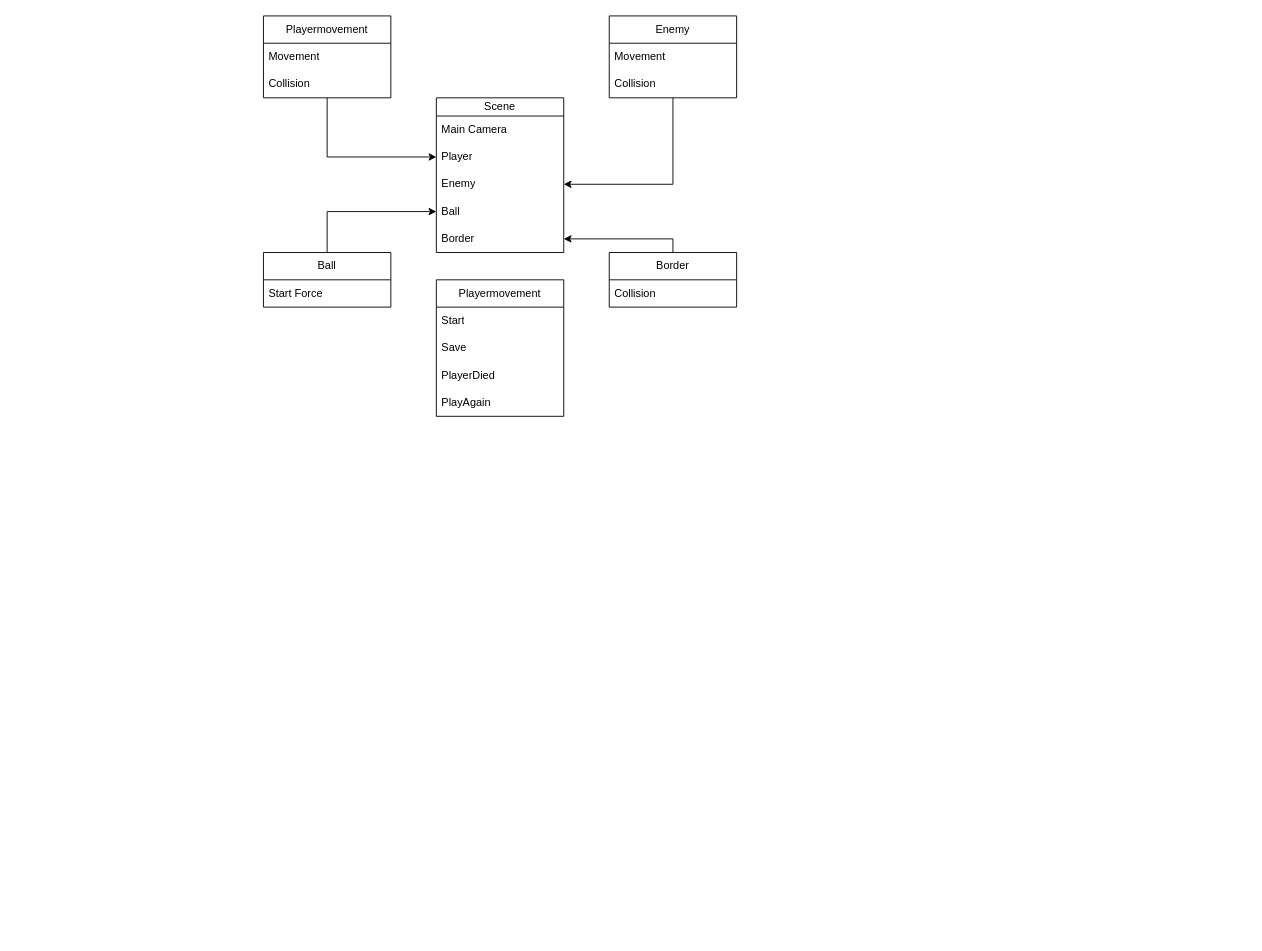
Earlier version of the draw.io diagram Unity UML.drawio (eliasrk/Project-335). Source tidied: cells renumbered, new cells numbered last; positions are measured from the earlier drawing's top-left corner, leaving out a move shared by most shapes. Both pictures are drawn from the tidied source at 91%, with x=0, y=0 at pixel (263, 15).
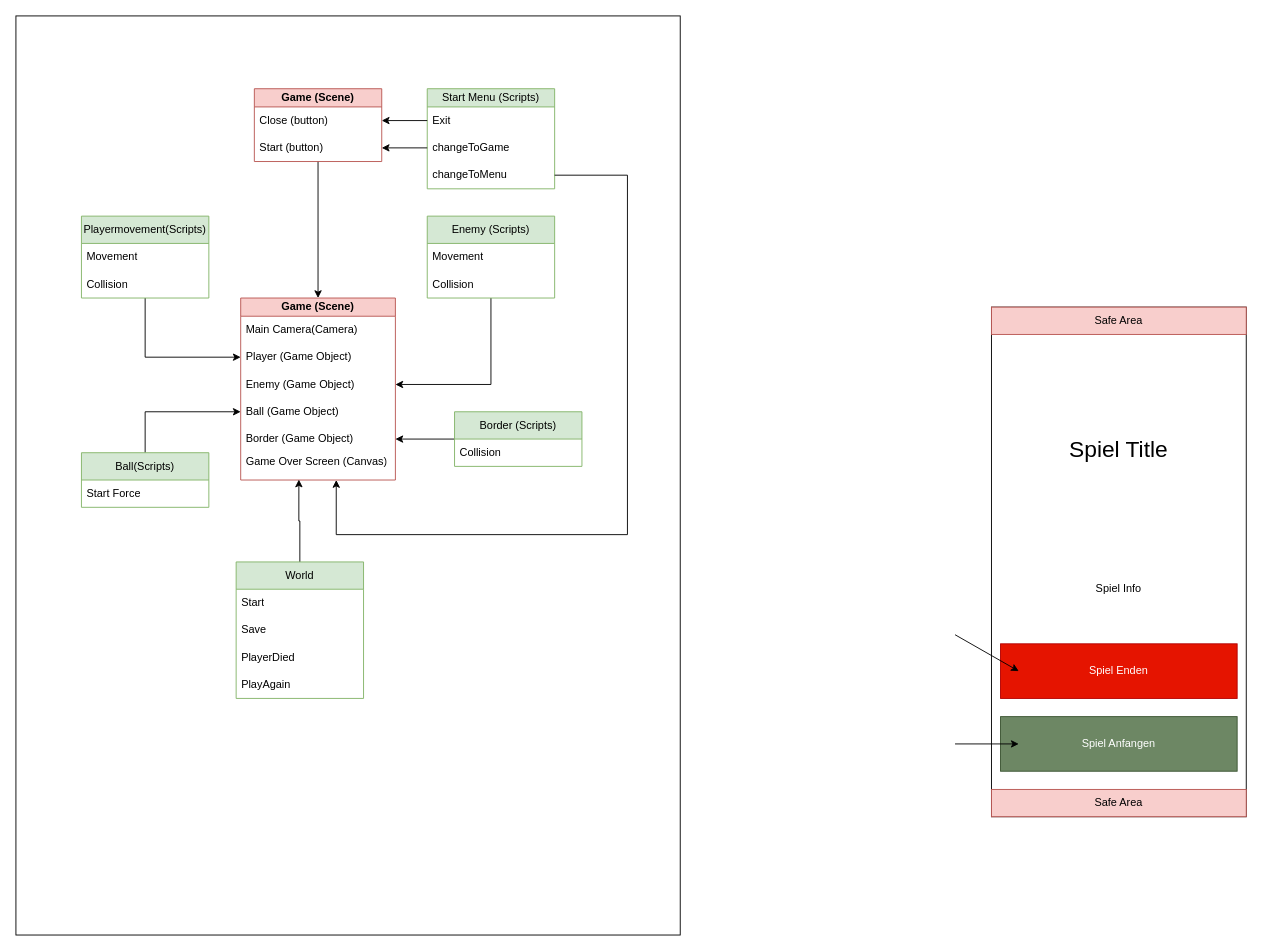
The same diagram, later.

Diff of the diagram source:
```diff
@@
+    <mxCell id="27" style="rounded=0;whiteSpace=wrap;html=1;" parent="1" vertex="1">
+      <mxGeometry x="-272" width="730" height="1010" as="geometry" />
+    </mxCell>
-    <mxCell id="2" value="Scene" style="swimlane;fontStyle=0;horizontal=1;startSize=20;whiteSpace=wrap;html=1;" parent="1" vertex="1">
-      <mxGeometry x="190" y="90" width="140" height="170" as="geometry" />
+    <mxCell id="2" value="&lt;b&gt;Game (Scene)&lt;/b&gt;" style="swimlane;fontStyle=0;horizontal=1;startSize=20;whiteSpace=wrap;html=1;fillColor=#f8cecc;strokeColor=#b85450;" parent="1" vertex="1">
+      <mxGeometry x="-25" y="310" width="170" height="200" as="geometry" />
     </mxCell>
-    <mxCell id="3" value="&lt;div&gt;Main Camera&lt;/div&gt;" style="text;strokeColor=none;fillColor=none;align=left;verticalAlign=middle;spacingLeft=4;spacingRight=4;overflow=hidden;whiteSpace=wrap;html=1;" parent="2" vertex="1">
-      <mxGeometry y="20" width="140" height="30" as="geometry" />
+    <mxCell id="3" value="&lt;div&gt;Main Camera(Camera)&lt;/div&gt;" style="text;strokeColor=none;fillColor=none;align=left;verticalAlign=middle;spacingLeft=4;spacingRight=4;overflow=hidden;whiteSpace=wrap;html=1;" parent="2" vertex="1">
+      <mxGeometry y="20" width="170" height="30" as="geometry" />
     </mxCell>
-    <mxCell id="4" value="Player" style="text;strokeColor=none;fillColor=none;align=left;verticalAlign=middle;spacingLeft=4;spacingRight=4;overflow=hidden;points=[[0,0.5],[1,0.5]];portConstraint=eastwest;whiteSpace=wrap;html=1;" parent="2" vertex="1">
-      <mxGeometry y="50" width="140" height="30" as="geometry" />
+    <mxCell id="4" value="Player (Game Object)" style="text;strokeColor=none;fillColor=none;align=left;verticalAlign=middle;spacingLeft=4;spacingRight=4;overflow=hidden;points=[[0,0.5],[1,0.5]];portConstraint=eastwest;whiteSpace=wrap;html=1;" parent="2" vertex="1">
+      <mxGeometry y="50" width="170" height="30" as="geometry" />
     </mxCell>
-    <mxCell id="5" value="&lt;div&gt;Enemy&lt;/div&gt;" style="text;strokeColor=none;fillColor=none;align=left;verticalAlign=middle;spacingLeft=4;spacingRight=4;overflow=hidden;points=[[0,0.5],[1,0.5]];portConstraint=eastwest;whiteSpace=wrap;html=1;" parent="2" vertex="1">
-      <mxGeometry y="80" width="140" height="30" as="geometry" />
+    <mxCell id="5" value="&lt;div&gt;Enemy (Game Object)&lt;/div&gt;" style="text;strokeColor=none;fillColor=none;align=left;verticalAlign=middle;spacingLeft=4;spacingRight=4;overflow=hidden;points=[[0,0.5],[1,0.5]];portConstraint=eastwest;whiteSpace=wrap;html=1;" parent="2" vertex="1">
+      <mxGeometry y="80" width="170" height="30" as="geometry" />
     </mxCell>
-    <mxCell id="6" value="Ball" style="text;strokeColor=none;fillColor=none;align=left;verticalAlign=middle;spacingLeft=4;spacingRight=4;overflow=hidden;points=[[0,0.5],[1,0.5]];portConstraint=eastwest;whiteSpace=wrap;html=1;" parent="2" vertex="1">
-      <mxGeometry y="110" width="140" height="30" as="geometry" />
+    <mxCell id="6" value="Ball (Game Object)" style="text;strokeColor=none;fillColor=none;align=left;verticalAlign=middle;spacingLeft=4;spacingRight=4;overflow=hidden;points=[[0,0.5],[1,0.5]];portConstraint=eastwest;whiteSpace=wrap;html=1;" parent="2" vertex="1">
+      <mxGeometry y="110" width="170" height="30" as="geometry" />
     </mxCell>
+    <mxCell id="28" value="Border (Game Object)" style="text;strokeColor=none;fillColor=none;align=left;verticalAlign=middle;spacingLeft=4;spacingRight=4;overflow=hidden;points=[[0,0.5],[1,0.5]];portConstraint=eastwest;whiteSpace=wrap;html=1;" parent="2" vertex="1">
+      <mxGeometry y="140" width="170" height="30" as="geometry" />
+    </mxCell>
-    <mxCell id="7" value="Border" style="text;strokeColor=none;fillColor=none;align=left;verticalAlign=middle;spacingLeft=4;spacingRight=4;overflow=hidden;points=[[0,0.5],[1,0.5]];portConstraint=eastwest;whiteSpace=wrap;html=1;" parent="2" vertex="1">
-      <mxGeometry y="140" width="140" height="30" as="geometry" />
+    <mxCell id="7" value="&lt;div&gt;Game Over Screen (Canvas)&lt;/div&gt;&lt;div&gt;&lt;br&gt;&lt;/div&gt;" style="text;strokeColor=none;fillColor=none;align=left;verticalAlign=middle;spacingLeft=4;spacingRight=4;overflow=hidden;points=[[0,0.5],[1,0.5]];portConstraint=eastwest;whiteSpace=wrap;html=1;" parent="2" vertex="1">
+      <mxGeometry y="170" width="170" height="30" as="geometry" />
     </mxCell>
@@
-    <mxCell id="9" value="Playermovement" style="swimlane;fontStyle=0;horizontal=1;startSize=30;whiteSpace=wrap;html=1;" parent="1" vertex="1">
-      <mxGeometry width="140" height="90" as="geometry" />
+    <mxCell id="9" value="Playermovement(Scripts)" style="swimlane;fontStyle=0;horizontal=1;startSize=30;whiteSpace=wrap;html=1;fillColor=#d5e8d4;strokeColor=#82b366;" parent="1" vertex="1">
+      <mxGeometry x="-200" y="220" width="140" height="90" as="geometry" />
     </mxCell>
@@
-    <mxCell id="13" value="Ball" style="swimlane;fontStyle=0;horizontal=1;startSize=30;whiteSpace=wrap;html=1;" parent="1" vertex="1">
-      <mxGeometry y="260" width="140" height="60" as="geometry" />
+    <mxCell id="13" value="Ball(Scripts)" style="swimlane;fontStyle=0;horizontal=1;startSize=30;whiteSpace=wrap;html=1;fillColor=#d5e8d4;strokeColor=#82b366;" parent="1" vertex="1">
+      <mxGeometry x="-200" y="480" width="140" height="60" as="geometry" />
     </mxCell>
@@
-    <mxCell id="15" style="edgeStyle=orthogonalEdgeStyle;rounded=0;jettySize=auto;html=1;" parent="1" edge="1" source="16" target="7">
-      <mxGeometry relative="1" as="geometry">
-        <Array as="points">
-          <mxPoint x="450" y="245" />
-        </Array>
-      </mxGeometry>
-    </mxCell>
+    <mxCell id="29" style="edgeStyle=orthogonalEdgeStyle;rounded=0;jettySize=auto;html=1;fontSize=25;" parent="1" edge="1" source="16" target="28">
+      <mxGeometry relative="1" as="geometry" />
+    </mxCell>
-    <mxCell id="16" value="Border" style="swimlane;fontStyle=0;horizontal=1;startSize=30;whiteSpace=wrap;html=1;" parent="1" vertex="1">
-      <mxGeometry x="380" y="260" width="140" height="60" as="geometry" />
+    <mxCell id="16" value="Border (Scripts)" style="swimlane;fontStyle=0;horizontal=1;startSize=30;whiteSpace=wrap;html=1;fillColor=#d5e8d4;strokeColor=#82b366;" parent="1" vertex="1">
+      <mxGeometry x="210" y="435" width="140" height="60" as="geometry" />
     </mxCell>
@@
-    <mxCell id="19" value="Enemy" style="swimlane;fontStyle=0;horizontal=1;startSize=30;whiteSpace=wrap;html=1;" parent="1" vertex="1">
-      <mxGeometry x="380" width="140" height="90" as="geometry" />
+    <mxCell id="19" value="Enemy (Scripts)" style="swimlane;fontStyle=0;horizontal=1;startSize=30;whiteSpace=wrap;html=1;fillColor=#d5e8d4;strokeColor=#82b366;" parent="1" vertex="1">
+      <mxGeometry x="180" y="220" width="140" height="90" as="geometry" />
     </mxCell>
@@
+    <mxCell id="30" style="edgeStyle=orthogonalEdgeStyle;rounded=0;jettySize=auto;html=1;entryX=0.376;entryY=0.983;entryDx=0;entryDy=0;entryPerimeter=0;fontSize=25;" parent="1" edge="1" source="22" target="7">
+      <mxGeometry relative="1" as="geometry" />
+    </mxCell>
-    <mxCell id="22" value="Playermovement" style="swimlane;fontStyle=0;horizontal=1;startSize=30;whiteSpace=wrap;html=1;" parent="1" vertex="1">
-      <mxGeometry x="190" y="290" width="140" height="150" as="geometry" />
+    <mxCell id="22" value="World" style="swimlane;fontStyle=0;horizontal=1;startSize=30;whiteSpace=wrap;html=1;fillColor=#d5e8d4;strokeColor=#82b366;" parent="1" vertex="1">
+      <mxGeometry x="-30" y="600" width="140" height="150" as="geometry" />
     </mxCell>
@@
+    <mxCell id="31" style="rounded=0;whiteSpace=wrap;html=1;" parent="1" vertex="1">
+      <mxGeometry x="800" y="320" width="280" height="560" as="geometry" />
+    </mxCell>
+    <mxCell id="32" value="Safe Area" style="rounded=0;whiteSpace=wrap;html=1;fillColor=#f8cecc;strokeColor=#b85450;" parent="1" vertex="1">
+      <mxGeometry x="800" y="320" width="280" height="30" as="geometry" />
+    </mxCell>
+    <mxCell id="33" value="Safe Area" style="rounded=0;whiteSpace=wrap;html=1;fillColor=#f8cecc;strokeColor=#b85450;" parent="1" vertex="1">
+      <mxGeometry x="800" y="850" width="280" height="30" as="geometry" />
+    </mxCell>
+    <mxCell id="34" value="Spiel Anfangen" style="rounded=0;whiteSpace=wrap;html=1;fillColor=#6d8764;strokeColor=#3A5431;fontColor=#ffffff;" parent="1" vertex="1">
+      <mxGeometry x="810" y="770" width="260" height="60" as="geometry" />
+    </mxCell>
+    <mxCell id="35" value="Spiel Enden" style="rounded=0;whiteSpace=wrap;html=1;fillColor=#e51400;strokeColor=#B20000;fontColor=#ffffff;" parent="1" vertex="1">
+      <mxGeometry x="810" y="690" width="260" height="60" as="geometry" />
+    </mxCell>
+    <mxCell id="36" value="Spiel Info" style="text;html=1;strokeColor=none;fillColor=none;align=center;verticalAlign=middle;whiteSpace=wrap;rounded=0;" parent="1" vertex="1">
+      <mxGeometry x="810" y="580" width="260" height="100" as="geometry" />
+    </mxCell>
+    <mxCell id="37" value="&lt;font style=&quot;font-size: 25px;&quot;&gt;Spiel Title&lt;/font&gt;" style="text;html=1;strokeColor=none;fillColor=none;align=center;verticalAlign=middle;whiteSpace=wrap;rounded=0;" parent="1" vertex="1">
+      <mxGeometry x="810" y="360" width="260" height="230" as="geometry" />
+    </mxCell>
+    <mxCell id="38" style="endArrow=classic;html=1;rounded=0;fontSize=25;" parent="1" edge="1">
+      <mxGeometry relative="1" as="geometry">
+        <mxPoint x="760" y="680" as="sourcePoint" />
+        <mxPoint x="830" y="720" as="targetPoint" />
+      </mxGeometry>
+    </mxCell>
+    <mxCell id="39" style="endArrow=classic;html=1;rounded=0;fontSize=25;" parent="1" edge="1">
+      <mxGeometry relative="1" as="geometry">
+        <mxPoint x="760" y="800" as="sourcePoint" />
+        <mxPoint x="830" y="800" as="targetPoint" />
+      </mxGeometry>
+    </mxCell>
+    <mxCell id="40" value="Start Menu (Scripts)" style="swimlane;fontStyle=0;horizontal=1;startSize=20;whiteSpace=wrap;html=1;fillColor=#d5e8d4;strokeColor=#82b366;" parent="1" vertex="1">
+      <mxGeometry x="180" y="80" width="140" height="110" as="geometry" />
+    </mxCell>
+    <mxCell id="41" value="Exit" style="text;strokeColor=none;fillColor=none;align=left;verticalAlign=middle;spacingLeft=4;spacingRight=4;overflow=hidden;points=[[0,0.5],[1,0.5]];portConstraint=eastwest;whiteSpace=wrap;html=1;" parent="40" vertex="1">
+      <mxGeometry y="20" width="140" height="30" as="geometry" />
+    </mxCell>
+    <mxCell id="42" value="changeToGame" style="text;strokeColor=none;fillColor=none;align=left;verticalAlign=middle;spacingLeft=4;spacingRight=4;overflow=hidden;points=[[0,0.5],[1,0.5]];portConstraint=eastwest;whiteSpace=wrap;html=1;" parent="40" vertex="1">
+      <mxGeometry y="50" width="140" height="30" as="geometry" />
+    </mxCell>
+    <mxCell id="43" value="changeToMenu" style="text;strokeColor=none;fillColor=none;align=left;verticalAlign=middle;spacingLeft=4;spacingRight=4;overflow=hidden;points=[[0,0.5],[1,0.5]];portConstraint=eastwest;whiteSpace=wrap;html=1;" parent="40" vertex="1">
+      <mxGeometry y="80" width="140" height="30" as="geometry" />
+    </mxCell>
+    <mxCell id="44" style="edgeStyle=orthogonalEdgeStyle;rounded=0;jettySize=auto;html=1;entryX=0.5;entryY=0;entryDx=0;entryDy=0;fontSize=25;" parent="1" edge="1" source="45" target="2">
+      <mxGeometry relative="1" as="geometry" />
+    </mxCell>
+    <mxCell id="45" value="&lt;b&gt;Game (Scene)&lt;/b&gt;" style="swimlane;fontStyle=0;horizontal=1;startSize=20;whiteSpace=wrap;html=1;fillColor=#f8cecc;strokeColor=#b85450;" parent="1" vertex="1">
+      <mxGeometry x="-10" y="80" width="140" height="80" as="geometry" />
+    </mxCell>
+    <mxCell id="46" value="Close (button)" style="text;strokeColor=none;fillColor=none;align=left;verticalAlign=middle;spacingLeft=4;spacingRight=4;overflow=hidden;points=[[0,0.5],[1,0.5]];portConstraint=eastwest;whiteSpace=wrap;html=1;" parent="45" vertex="1">
+      <mxGeometry y="20" width="140" height="30" as="geometry" />
+    </mxCell>
+    <mxCell id="47" value="Start (button)" style="text;strokeColor=none;fillColor=none;align=left;verticalAlign=middle;spacingLeft=4;spacingRight=4;overflow=hidden;points=[[0,0.5],[1,0.5]];portConstraint=eastwest;whiteSpace=wrap;html=1;" parent="45" vertex="1">
+      <mxGeometry y="50" width="140" height="30" as="geometry" />
+    </mxCell>
+    <mxCell id="48" style="edgeStyle=orthogonalEdgeStyle;rounded=0;jettySize=auto;html=1;entryX=1;entryY=0.5;entryDx=0;entryDy=0;fontSize=25;" parent="1" edge="1" source="41" target="46">
+      <mxGeometry relative="1" as="geometry" />
+    </mxCell>
+    <mxCell id="49" style="edgeStyle=orthogonalEdgeStyle;rounded=0;jettySize=auto;html=1;fontSize=25;" parent="1" edge="1" source="43" target="7">
+      <mxGeometry relative="1" as="geometry">
+        <Array as="points">
+          <mxPoint x="400" y="175" />
+          <mxPoint x="400" y="570" />
+          <mxPoint x="80" y="570" />
+        </Array>
+      </mxGeometry>
+    </mxCell>
+    <mxCell id="50" style="edgeStyle=orthogonalEdgeStyle;rounded=0;jettySize=auto;html=1;fontSize=25;" parent="1" edge="1" source="42" target="47">
+      <mxGeometry relative="1" as="geometry" />
+    </mxCell>
```
